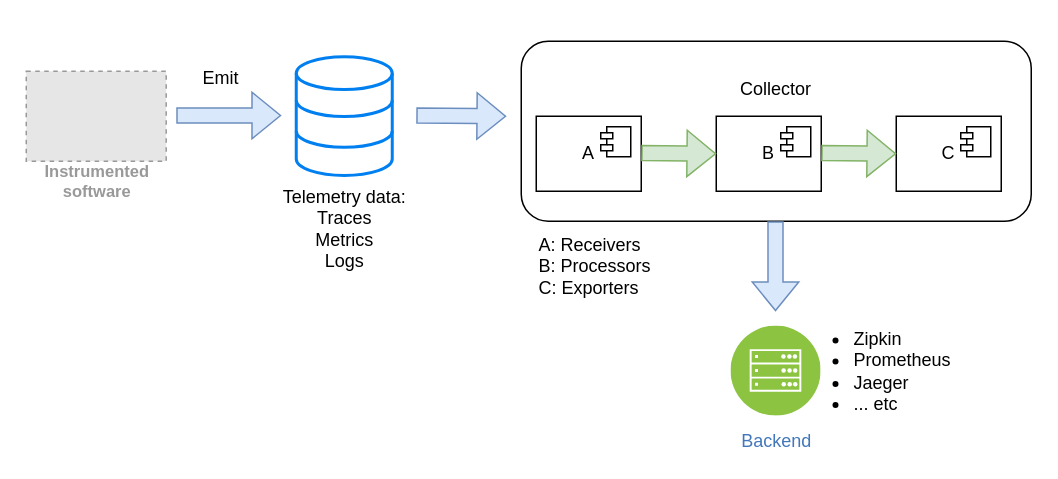
Above: docs/opentelemetry.drawio in zimera-school/elixir-opentelemetry (draw.io), before the change. Source tidied: cells renumbered, new cells numbered last; positions are measured from the earlier drawing's top-left corner, leaving out a move shared by most shapes. Both pictures are drawn from the tidied source at 150%, with x=0, y=0 at pixel (26, 40). Pictures stored in the file or linked from it are replaced by grey dashed boxes.
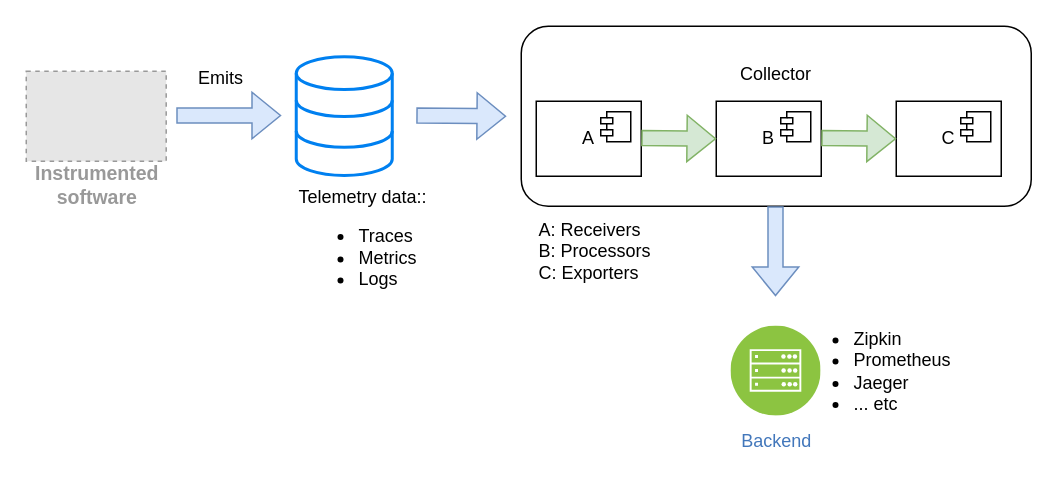
After the change.

Change to the diagram source:
```diff
@@
-    <mxCell id="2" value="Instrumented&lt;br&gt;software" style="fillColor=#E6E6E6;strokeColor=#999999;dashed=1;html=1;verticalAlign=top;labelPosition=center;verticalLabelPosition=bottom;align=center;spacingTop=-6;fontSize=11;fontStyle=1;fontColor=#999999;" parent="1" vertex="1">
+    <mxCell id="2" value="&lt;font style=&quot;font-size: 13px;&quot;&gt;Instrumented&lt;br&gt;software&lt;/font&gt;" style="fillColor=#E6E6E6;strokeColor=#999999;dashed=1;html=1;verticalAlign=top;labelPosition=center;verticalLabelPosition=bottom;align=center;spacingTop=-6;fontSize=11;fontStyle=1;fontColor=#999999;" parent="1" vertex="1">
       <mxGeometry y="20" width="93.3" height="60" as="geometry" />
     </mxCell>
-    <mxCell id="3" value="Telemetry data:&lt;br&gt;Traces&lt;br&gt;Metrics&lt;br&gt;Logs" style="html=1;verticalLabelPosition=bottom;align=center;labelBackgroundColor=#ffffff;verticalAlign=top;strokeWidth=2;strokeColor=#0080F0;shadow=0;dashed=0;shape=mxgraph.ios7.icons.data;" parent="1" vertex="1">
+    <mxCell id="3" value="Telemetry data::&lt;br&gt;&lt;ul&gt;&lt;li&gt;Traces&lt;/li&gt;&lt;li&gt;Metrics&lt;/li&gt;&lt;li&gt;Logs&lt;/li&gt;&lt;/ul&gt;" style="html=1;verticalLabelPosition=bottom;align=left;labelBackgroundColor=#ffffff;verticalAlign=top;strokeWidth=2;strokeColor=#0080F0;shadow=0;dashed=0;shape=mxgraph.ios7.icons.data;" parent="1" vertex="1">
       <mxGeometry x="180" y="10.4" width="64" height="79.1" as="geometry" />
     </mxCell>
@@
-    <mxCell id="5" value="Emit" style="text;html=1;strokeColor=none;fillColor=none;align=center;verticalAlign=middle;whiteSpace=wrap;rounded=0;" parent="1" vertex="1">
+    <mxCell id="5" value="Emits" style="text;html=1;strokeColor=none;fillColor=none;align=center;verticalAlign=middle;whiteSpace=wrap;rounded=0;" parent="1" vertex="1">
       <mxGeometry x="100" y="10.4" width="60" height="30" as="geometry" />
     </mxCell>
@@
     <mxCell id="7" style="group;" parent="1" vertex="1">
-      <mxGeometry x="330" width="340" height="180" as="geometry" />
+      <mxGeometry x="330" y="-10" width="340" height="180" as="geometry" />
     </mxCell>
```
